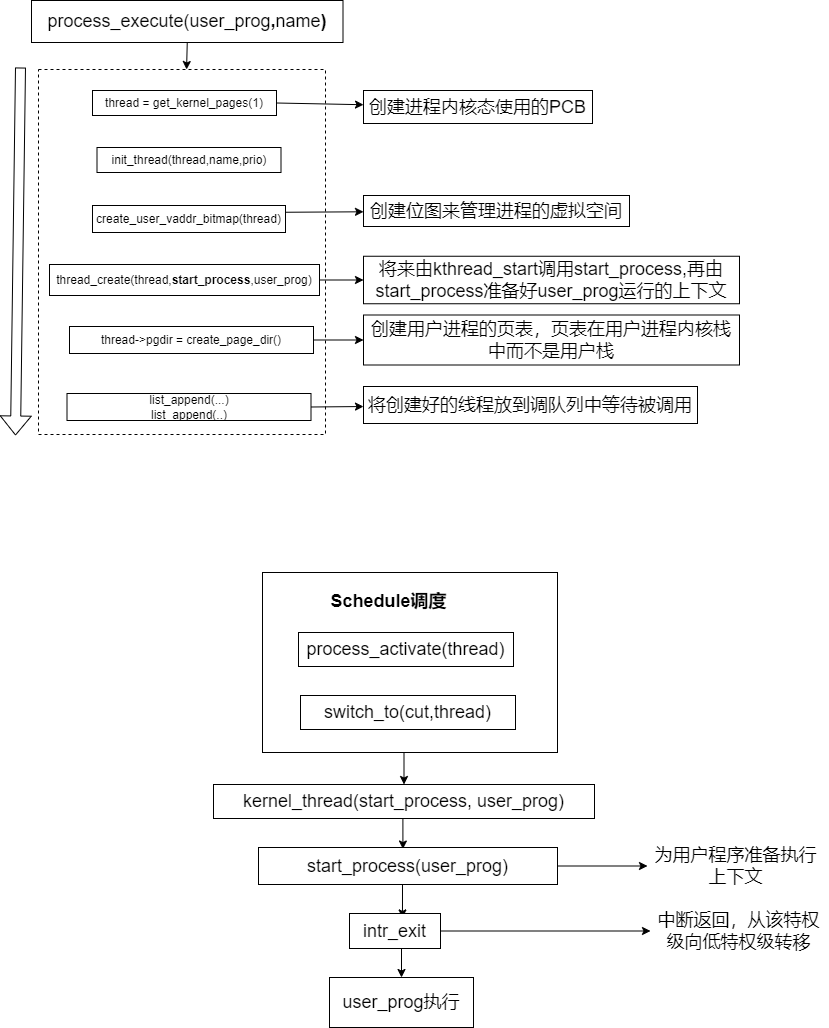
Before: OS/实现用户线程.drawio.png, a diagram exported from draw.io (SixPlusAndTimes/drawio). Source tidied: cells renumbered, new cells last; positions are measured from the earlier drawing's top-left corner, leaving out a move shared by most shapes.
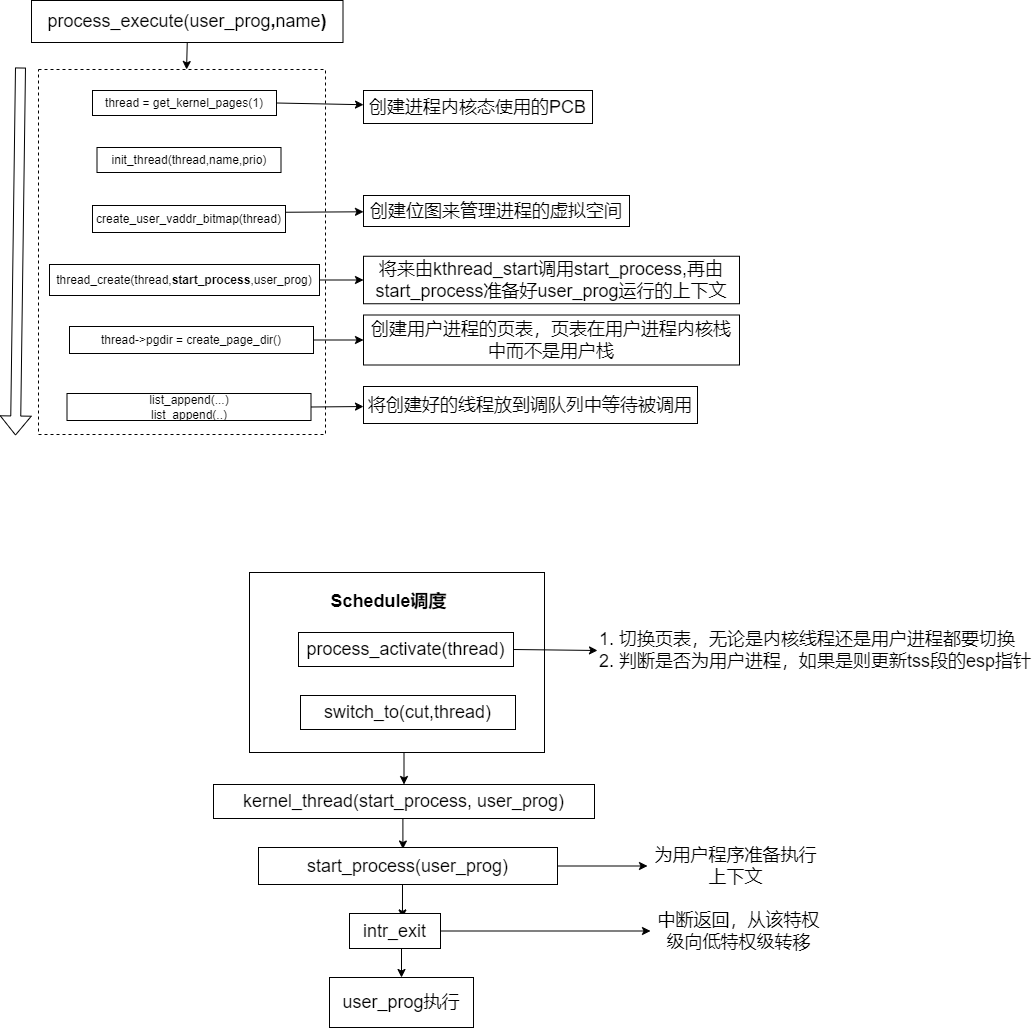
Later version of the same file.

Commit message:
Update 实现用户线程.drawio.png

The edit, as a diff of the source:
```diff
@@ -69,11 +69,14 @@
       <mxGeometry relative="1" as="geometry" />
     </mxCell>
     <mxCell id="23" style="rounded=0;whiteSpace=wrap;html=1;" parent="1" vertex="1">
-      <mxGeometry x="247" y="572" width="295" height="180" as="geometry" />
+      <mxGeometry x="234" y="572" width="295" height="180" as="geometry" />
     </mxCell>
     <mxCell id="24" value="&lt;b&gt;&lt;font style=&quot;font-size: 18px;&quot;&gt;Schedule调度&lt;/font&gt;&lt;/b&gt;" style="text;html=1;strokeColor=none;fillColor=none;align=center;verticalAlign=middle;whiteSpace=wrap;rounded=0;" parent="1" vertex="1">
       <mxGeometry x="298" y="588" width="151" height="25" as="geometry" />
     </mxCell>
+    <mxCell id="38" style="rounded=0;jettySize=auto;html=1;exitX=1;exitY=0.5;exitDx=0;exitDy=0;entryX=0;entryY=0.5;entryDx=0;entryDy=0;fontSize=18;" parent="1" edge="1" source="25" target="39">
+      <mxGeometry relative="1" as="geometry" />
+    </mxCell>
     <mxCell id="25" value="process_activate(thread)" style="rounded=0;whiteSpace=wrap;html=1;fontSize=18;" parent="1" vertex="1">
       <mxGeometry x="283" y="632" width="215" height="34" as="geometry" />
     </mxCell>
@@ -113,5 +116,8 @@
     <mxCell id="37" value="为用户程序准备执行上下文" style="text;html=1;strokeColor=none;fillColor=none;align=center;verticalAlign=middle;whiteSpace=wrap;rounded=0;fontSize=18;" parent="1" vertex="1">
       <mxGeometry x="632" y="855.5" width="177" height="20" as="geometry" />
     </mxCell>
+    <mxCell id="39" value="1. 切换页表，无论是内核线程还是用户进程都要切换&lt;br&gt;2. 判断是否为用户进程，如果是则更新tss段的esp指针" style="text;html=1;strokeColor=none;fillColor=none;align=left;verticalAlign=middle;whiteSpace=wrap;rounded=0;fontSize=18;" parent="1" vertex="1">
+      <mxGeometry x="582" y="623" width="437" height="54" as="geometry" />
+    </mxCell>
   </root>
 </mxGraphModel>
```
